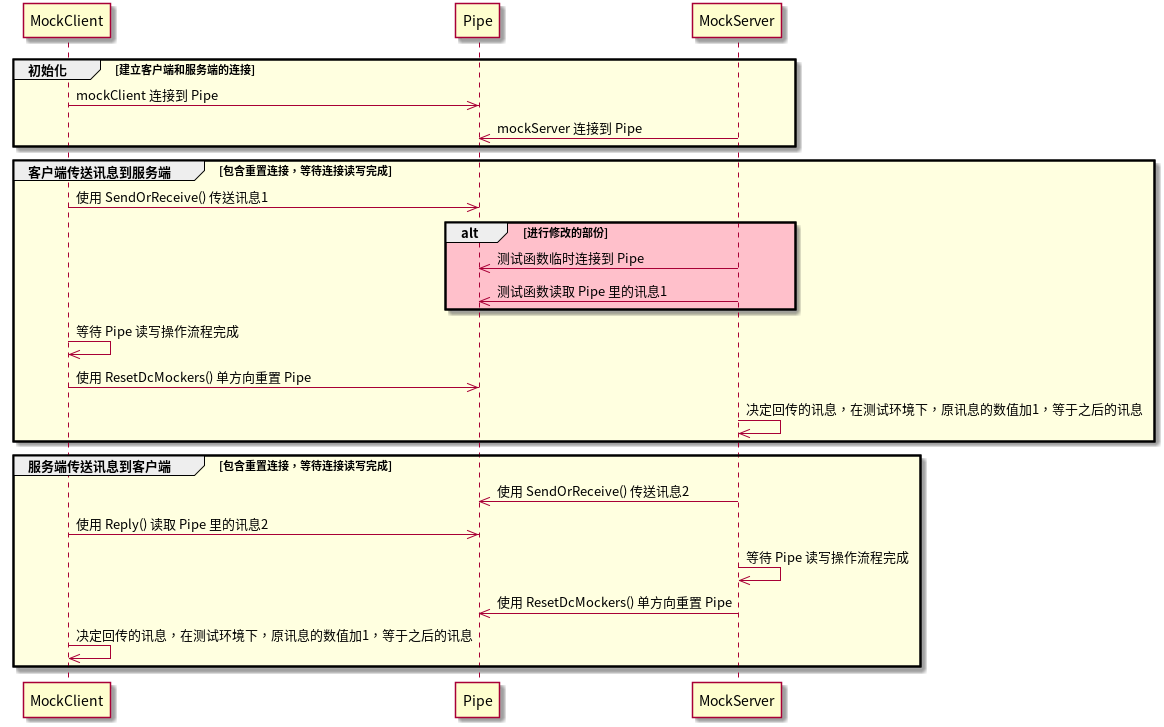
Above: util/mocks/pipeTest/assets/pipeTest 测试临时函数介入时序图.png in panhongrainbow/Gaea (PlantUML), before the change.
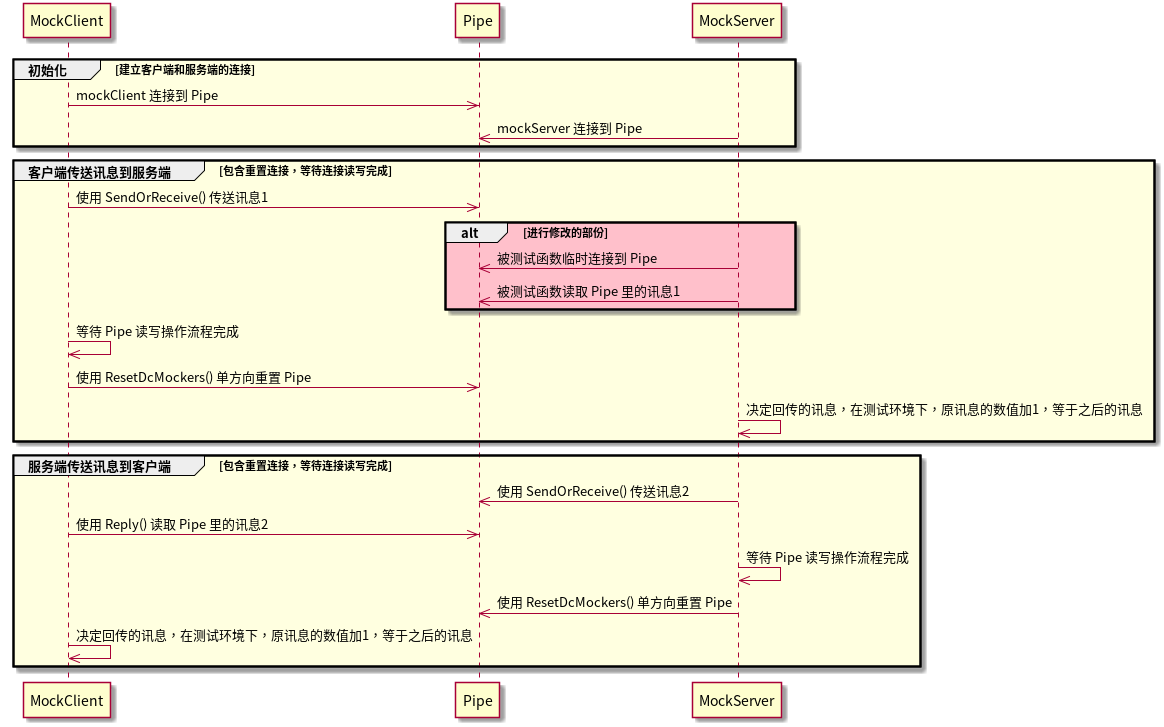
Above is the later version.

Diff of the diagram source:
```diff
@@ -12,8 +12,8 @@
     MockClient->>Pipe: 使用 SendOrReceive() 传送讯息1
 
     alt #Pink 进行修改的部份
-        MockServer->>Pipe: 测试函数临时连接到 Pipe
-        MockServer->>Pipe: 测试函数读取 Pipe 里的讯息1
+        MockServer->>Pipe: 被测试函数临时连接到 Pipe
+        MockServer->>Pipe: 被测试函数读取 Pipe 里的讯息1
     end
 
     MockClient->>MockClient: 等待 Pipe 读写操作流程完成
```
